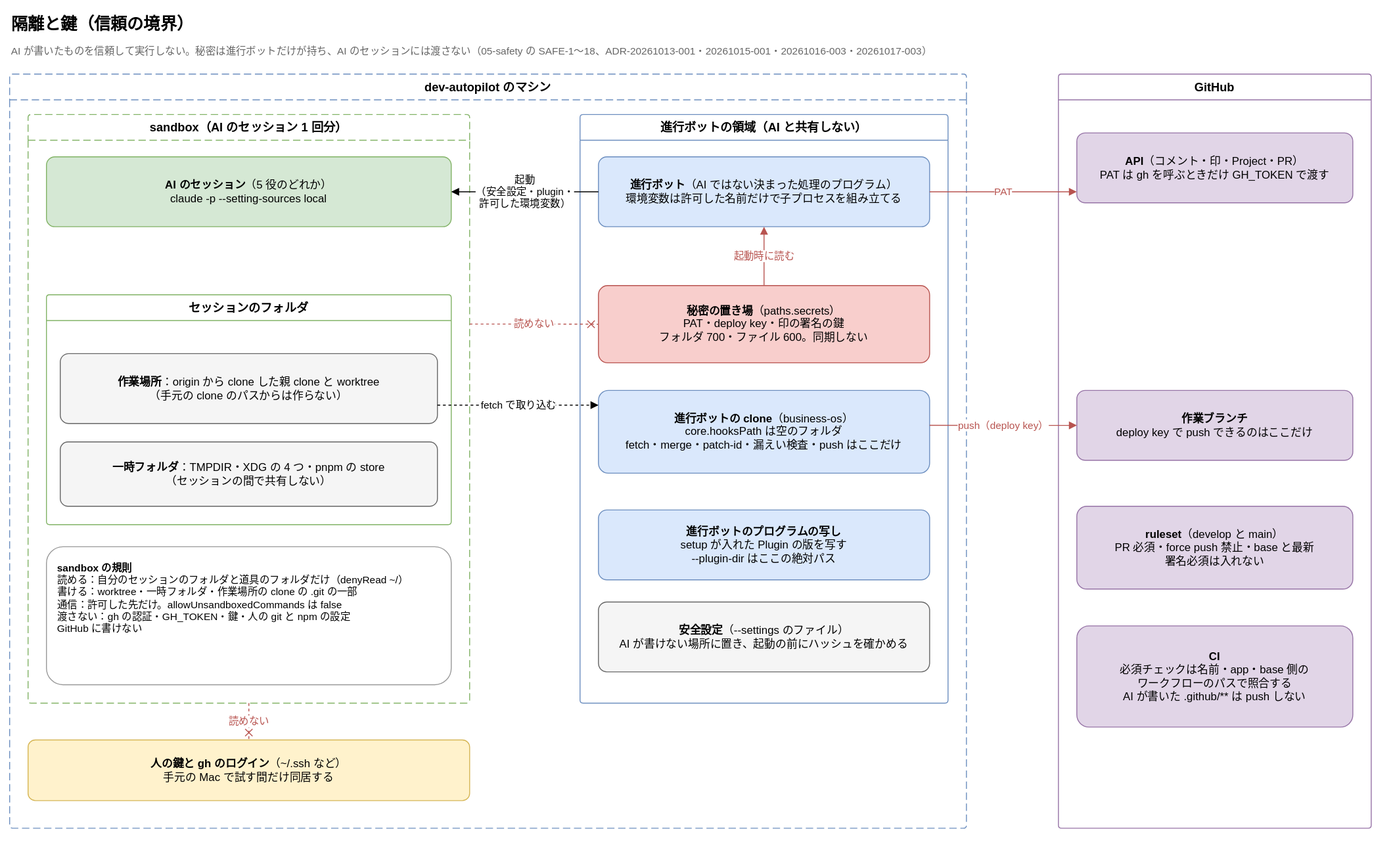
Joymerrevent/dev-autopilot keeps this draw.io diagram as docs/diagrams/isolation-and-keys.drawio.svg. Above is the earlier version. Source tidied: cells renumbered, new cells last; positions are measured from the earlier drawing's top-left corner, leaving out a move shared by most shapes.
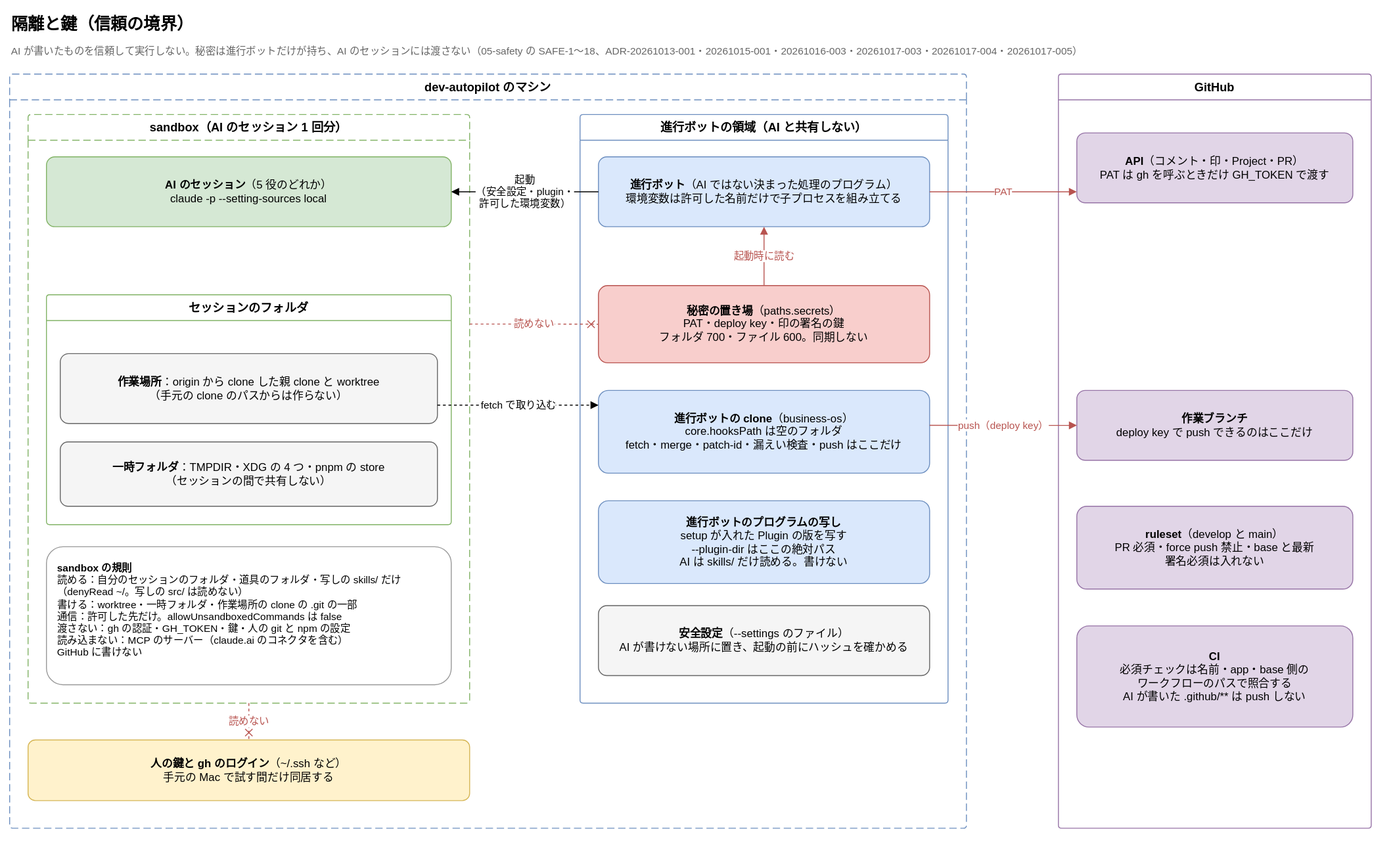
The same diagram one commit later.

Commit message:
docs: 構成・全体・隔離と鍵の図に、写しの skills/ の読み取りと MCP を読み込まないことを足す

- 隔離と鍵：sandbox の規則に写しの skills/ の読み取りと MCP を読み込まないこと、
  写しの箱に AI は skills/ だけ読めて書けないこと
- 全体：AI のセッションの注記と写しの箱を同じに直す
- 構成：写しの箱と、マシンの設定の場所の規則（OS ごと、owner/repo ごと）

Claude-Session: https://claude.ai/code/session_01D2kLkcEcZNwH8m2GL2g2Lt

The edit, as a diff of the source:
```diff
@@ -5,7 +5,7 @@
     <mxCell id="2" value="隔離と鍵（信頼の境界）" style="text;html=1;whiteSpace=wrap;align=left;verticalAlign=middle;fontSize=18;fontStyle=1;" parent="1" vertex="1">
       <mxGeometry width="900" height="32" as="geometry" />
     </mxCell>
-    <mxCell id="3" value="AI が書いたものを信頼して実行しない。秘密は進行ボットだけが持ち、AI のセッションには渡さない（05-safety の SAFE-1〜18、ADR-20261013-001・20261015-001・20261016-003・20261017-003）" style="text;html=1;whiteSpace=wrap;align=left;verticalAlign=top;fontSize=11;fontColor=#666666;" parent="1" vertex="1">
+    <mxCell id="3" value="AI が書いたものを信頼して実行しない。秘密は進行ボットだけが持ち、AI のセッションには渡さない（05-safety の SAFE-1〜18、ADR-20261013-001・20261015-001・20261016-003・20261017-003・20261017-004・20261017-005）" style="text;html=1;whiteSpace=wrap;align=left;verticalAlign=top;fontSize=11;fontColor=#666666;" parent="1" vertex="1">
       <mxGeometry y="32" width="1480" height="22" as="geometry" />
     </mxCell>
     <mxCell id="4" value="dev-autopilot のマシン" style="swimlane;startSize=28;html=1;whiteSpace=wrap;rounded=1;arcSize=4;dashed=1;dashPattern=8 4;fontStyle=1;fontSize=13;strokeColor=#6c8ebf;fillColor=none;swimlaneFillColor=none;" parent="1" vertex="1">
@@ -26,7 +26,7 @@
     <mxCell id="9" value="&lt;b&gt;一時フォルダ&lt;/b&gt;：TMPDIR・XDG の 4 つ・pnpm の store&lt;br&gt;（セッションの間で共有しない）" style="rounded=1;whiteSpace=wrap;html=1;fontSize=12;arcSize=12;fillColor=#f5f5f5;strokeColor=#666666;spacing=12;" parent="7" vertex="1">
       <mxGeometry x="15" y="160" width="410" height="70" as="geometry" />
     </mxCell>
-    <mxCell id="10" value="&lt;b&gt;sandbox の規則&lt;/b&gt;&lt;br&gt;読める：自分のセッションのフォルダと道具のフォルダだけ（denyRead ~/）&lt;br&gt;書ける：worktree・一時フォルダ・作業場所の clone の .git の一部&lt;br&gt;通信：許可した先だけ。allowUnsandboxedCommands は false&lt;br&gt;渡さない：gh の認証・GH_TOKEN・鍵・人の git と npm の設定&lt;br&gt;GitHub に書けない" style="rounded=1;whiteSpace=wrap;html=1;fontSize=12;arcSize=12;align=left;verticalAlign=top;fontSize=11;fillColor=#ffffff;strokeColor=#999999;spacing=12;" parent="5" vertex="1">
+    <mxCell id="10" value="&lt;b&gt;sandbox の規則&lt;/b&gt;&lt;br&gt;読める：自分のセッションのフォルダ・道具のフォルダ・写しの skills/ だけ&lt;br&gt;（denyRead ~/。写しの src/ は読めない）&lt;br&gt;書ける：worktree・一時フォルダ・作業場所の clone の .git の一部&lt;br&gt;通信：許可した先だけ。allowUnsandboxedCommands は false&lt;br&gt;渡さない：gh の認証・GH_TOKEN・鍵・人の git と npm の設定&lt;br&gt;読み込まない：MCP のサーバー（claude.ai のコネクタを含む）&lt;br&gt;GitHub に書けない" style="rounded=1;whiteSpace=wrap;html=1;fontSize=12;arcSize=12;align=left;verticalAlign=top;fontSize=11;fillColor=#ffffff;strokeColor=#999999;spacing=12;" parent="5" vertex="1">
       <mxGeometry x="20" y="470" width="440" height="150" as="geometry" />
     </mxCell>
     <mxCell id="11" value="進行ボットの領域（AI と共有しない）" style="swimlane;startSize=28;html=1;whiteSpace=wrap;rounded=1;arcSize=4;fontStyle=1;fontSize=13;strokeColor=#6c8ebf;fillColor=none;swimlaneFillColor=none;" parent="4" vertex="1">
@@ -41,11 +41,11 @@
     <mxCell id="14" value="&lt;b&gt;進行ボットの clone&lt;/b&gt;（business-os）&lt;br&gt;core.hooksPath は空のフォルダ&lt;br&gt;fetch・merge・patch-id・漏えい検査・push はここだけ" style="rounded=1;whiteSpace=wrap;html=1;fontSize=12;arcSize=12;fillColor=#dae8fc;strokeColor=#6c8ebf;spacing=12;" parent="11" vertex="1">
       <mxGeometry x="20" y="300" width="360" height="90" as="geometry" />
     </mxCell>
-    <mxCell id="15" value="&lt;b&gt;進行ボットのプログラムの写し&lt;/b&gt;&lt;br&gt;setup が入れた Plugin の版を写す&lt;br&gt;--plugin-dir はここの絶対パス" style="rounded=1;whiteSpace=wrap;html=1;fontSize=12;arcSize=12;fillColor=#dae8fc;strokeColor=#6c8ebf;spacing=12;" parent="11" vertex="1">
-      <mxGeometry x="20" y="430" width="360" height="76" as="geometry" />
+    <mxCell id="15" value="&lt;b&gt;進行ボットのプログラムの写し&lt;/b&gt;&lt;br&gt;setup が入れた Plugin の版を写す&lt;br&gt;--plugin-dir はここの絶対パス&lt;br&gt;AI は skills/ だけ読める。書けない" style="rounded=1;whiteSpace=wrap;html=1;fontSize=12;arcSize=12;fillColor=#dae8fc;strokeColor=#6c8ebf;spacing=12;" parent="11" vertex="1">
+      <mxGeometry x="20" y="420" width="360" height="90" as="geometry" />
     </mxCell>
     <mxCell id="16" value="&lt;b&gt;安全設定&lt;/b&gt;（--settings のファイル）&lt;br&gt;AI が書けない場所に置き、起動の前にハッシュを確かめる" style="rounded=1;whiteSpace=wrap;html=1;fontSize=12;arcSize=12;fillColor=#f5f5f5;strokeColor=#666666;spacing=12;" parent="11" vertex="1">
-      <mxGeometry x="20" y="530" width="360" height="76" as="geometry" />
+      <mxGeometry x="20" y="534" width="360" height="76" as="geometry" />
     </mxCell>
     <mxCell id="17" value="&lt;b&gt;人の鍵と gh のログイン&lt;/b&gt;（~/.ssh など）&lt;br&gt;手元の Mac で試す間だけ同居する" style="rounded=1;whiteSpace=wrap;html=1;fontSize=12;arcSize=12;fillColor=#fff2cc;strokeColor=#d6b656;spacing=12;" parent="4" vertex="1">
       <mxGeometry x="20" y="724" width="480" height="66" as="geometry" />
```
